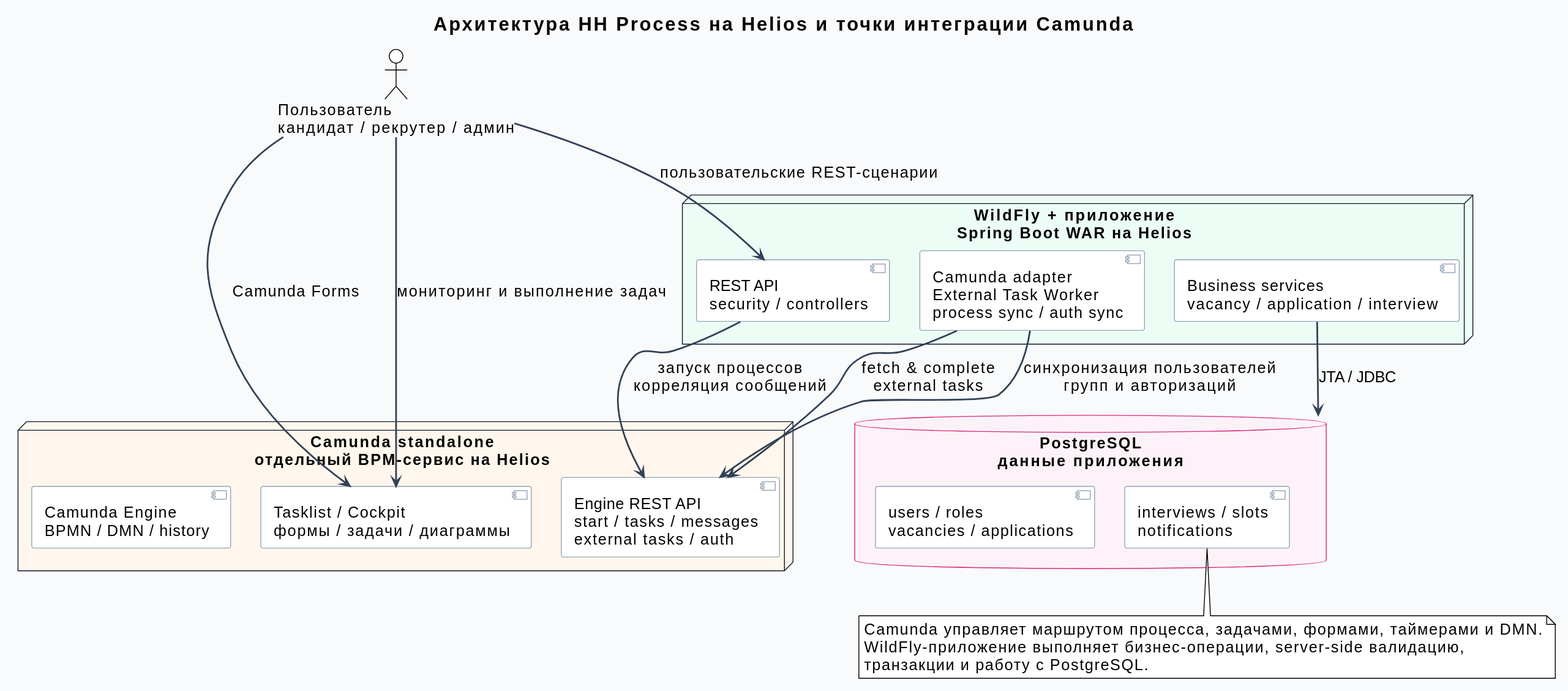
This is report/helios-architecture.svg from msuny-c/hh-process, a PlantUML export, as it was before one commit.
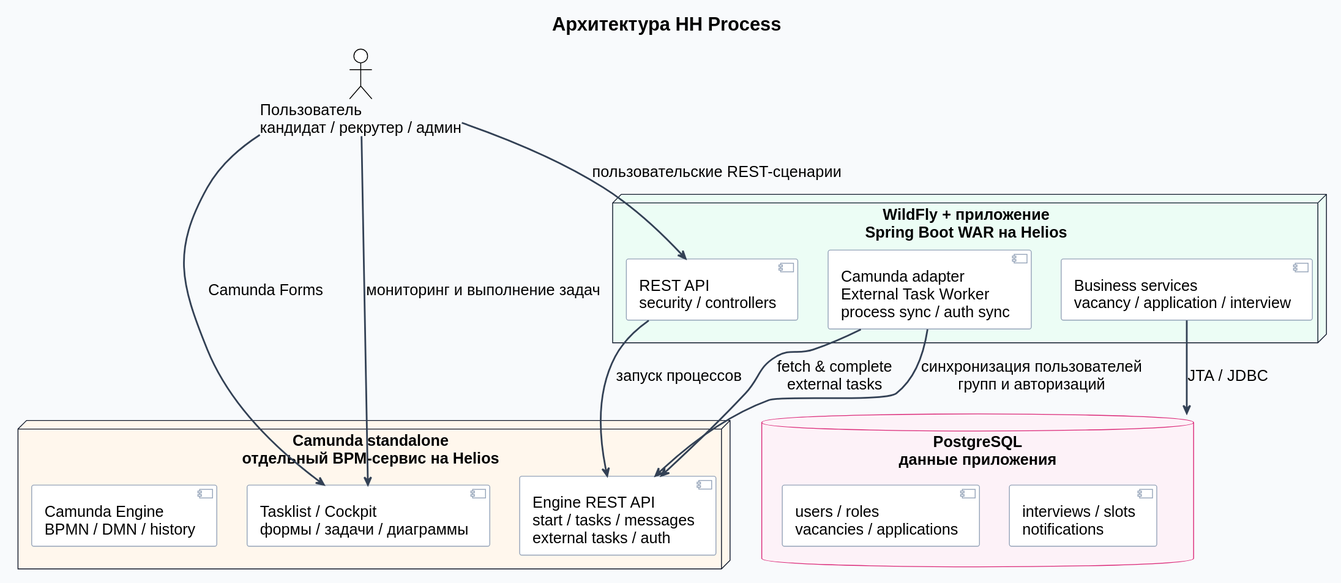
Above is the later version.

Diff of the diagram source:
```diff
@@ -22,7 +22,7 @@
 skinparam ArrowColor #334155
 skinparam ArrowThickness 2
 
-title Архитектура HH Process на Helios и точки интеграции Camunda
+title Архитектура HH Process
 
 actor "Пользователь\nкандидат / рекрутер / админ" as User
 
@@ -47,16 +47,10 @@
 User --> Api : пользовательские REST-сценарии
 User --> Tasklist : мониторинг и выполнение задач
 
-Api --> EngineRest : запуск процессов\nкорреляция сообщений
+Api --> EngineRest : запуск процессов
 Adapter --> EngineRest : fetch & complete\nexternal tasks
 Adapter --> EngineRest : синхронизация пользователей\nгрупп и авторизаций
 Services --> Db : JTA / JDBC
 Db -[hidden] AppData
 Db -[hidden] ScheduleData
-
-note bottom
-Camunda управляет маршрутом процесса, задачами, формами, таймерами и DMN.
-WildFly-приложение выполняет бизнес-операции, server-side валидацию,
-транзакции и работу с PostgreSQL.
-end note
 @enduml
```
